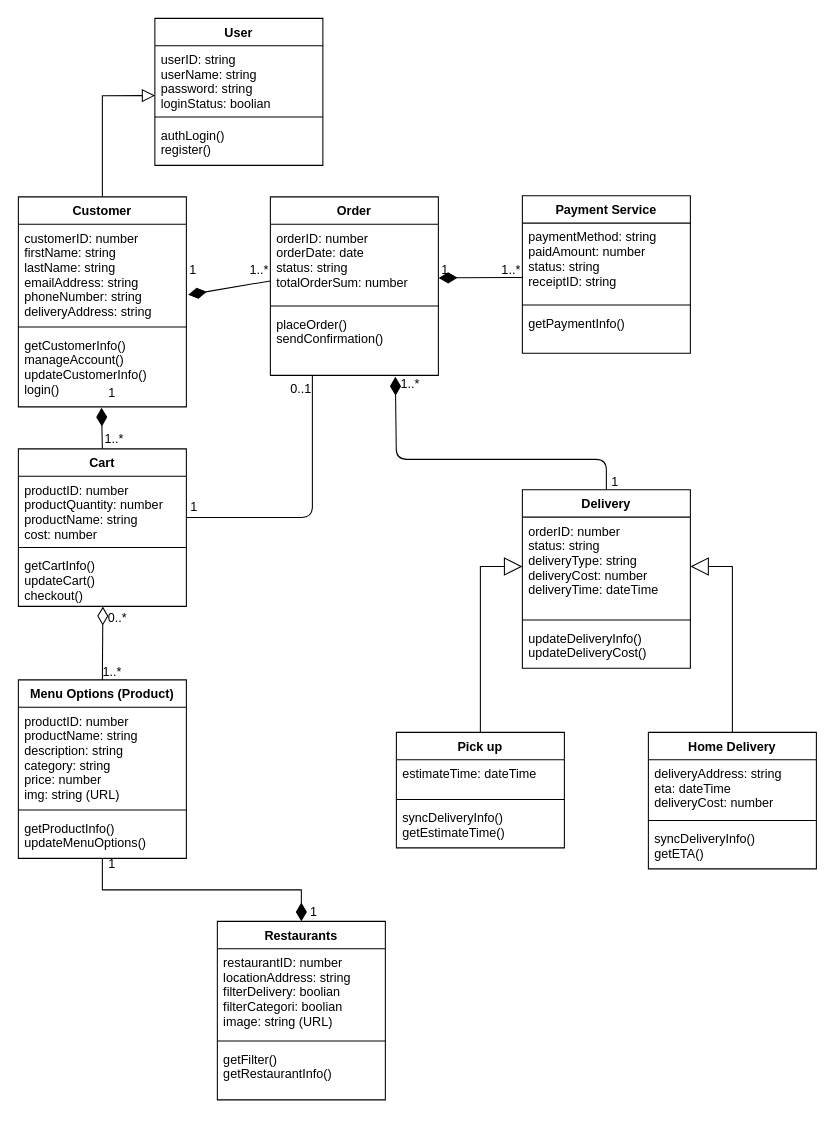
Above: page "Class diagram" (3 of 5) of Project work Modellering.drawio in timhallberg/projectworkModellering (draw.io), before the change. Source tidied: cells renumbered, new cells numbered last; positions are measured from the earlier drawing's top-left corner, leaving out a move shared by most shapes. Both pictures are drawn from the tidied source at 105%, with x=0, y=0 at pixel (18, 18).
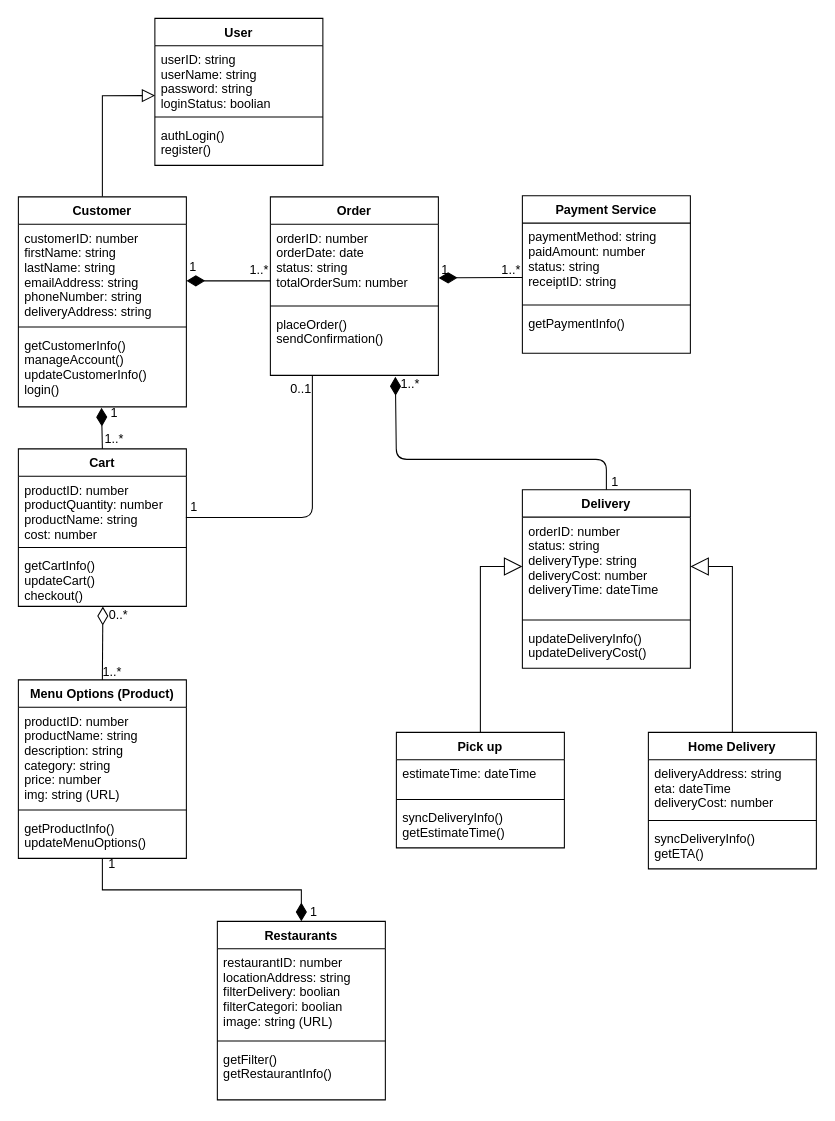
The same diagram, later.

The change refers to these unchanged cells:
```xml
<mxCell id="4" value="customerID: number&#10;firstName: string&#10;lastName: string&#10;emailAddress: string&#10;phoneNumber: string&#10;deliveryAddress: string&#10;&#10;&#10;&#10;&#10;" style="text;strokeColor=none;fillColor=none;align=left;verticalAlign=top;spacingLeft=4;spacingRight=4;overflow=hidden;points=[[0,0.5],[1,0.5]];portConstraint=eastwest;" parent="3" vertex="1">
  <mxGeometry y="26" width="160" height="94" as="geometry" />
</mxCell>
<mxCell id="17" value="orderID: number&#10;orderDate: date&#10;status: string&#10;totalOrderSum: number " style="text;strokeColor=none;fillColor=none;align=left;verticalAlign=top;spacingLeft=4;spacingRight=4;overflow=hidden;points=[[0,0.5],[1,0.5]];portConstraint=eastwest;" parent="16" vertex="1">
  <mxGeometry y="26" width="160" height="74" as="geometry" />
</mxCell>
```

Diff of the diagram source:
```diff
@@
-    <mxCell id="34" style="endArrow=none;startArrow=diamondThin;endFill=0;startFill=1;html=1;verticalAlign=bottom;labelBackgroundColor=none;strokeWidth=1;startSize=15;endSize=15;rounded=0;shadow=0;sketch=0;exitX=1.011;exitY=0.716;exitDx=0;exitDy=0;exitPerimeter=0;entryX=0;entryY=0.73;entryDx=0;entryDy=0;entryPerimeter=0;" parent="1" edge="1" source="4" target="17">
-      <mxGeometry relative="1" as="geometry" />
+    <mxCell id="34" style="endArrow=none;startArrow=diamondThin;endFill=0;startFill=1;html=1;verticalAlign=bottom;labelBackgroundColor=none;strokeWidth=1;startSize=15;endSize=15;rounded=0;shadow=0;sketch=0;entryX=0;entryY=0.73;entryDx=0;entryDy=0;entryPerimeter=0;" parent="1" edge="1" target="17">
+      <mxGeometry relative="1" as="geometry">
+        <mxPoint x="160" y="250" as="sourcePoint" />
+      </mxGeometry>
     </mxCell>
@@
     <mxCell id="37" value="1" style="text;html=1;strokeColor=none;fillColor=none;align=center;verticalAlign=middle;whiteSpace=wrap;rounded=0;" parent="1" vertex="1">
-      <mxGeometry x="160" y="234" width="13" height="12" as="geometry" />
+      <mxGeometry x="160" y="231" width="13" height="12" as="geometry" />
     </mxCell>
     <mxCell id="38" value="1" style="text;html=1;strokeColor=none;fillColor=none;align=center;verticalAlign=middle;whiteSpace=wrap;rounded=0;" parent="1" vertex="1">
-      <mxGeometry x="83" y="351" width="13" height="12" as="geometry" />
+      <mxGeometry x="85" y="370" width="13" height="12" as="geometry" />
     </mxCell>
@@
     <mxCell id="41" value="0..*" style="text;html=1;strokeColor=none;fillColor=none;align=center;verticalAlign=middle;whiteSpace=wrap;rounded=0;" parent="1" vertex="1">
-      <mxGeometry x="88" y="565" width="13" height="12" as="geometry" />
+      <mxGeometry x="89" y="563" width="13" height="12" as="geometry" />
     </mxCell>
```
